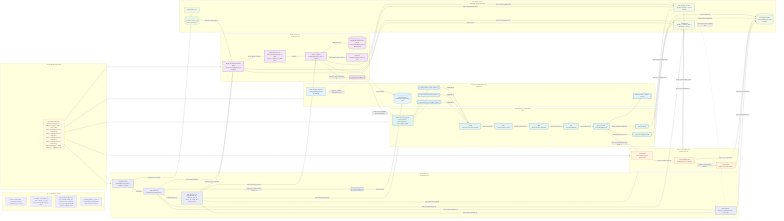
Before: docs/design/platform/dev_full/graph/readiness/dev_full_platform_network_production_ready_current_v0.mermaid.png, a diagram exported from Mermaid (EsosaOrumwese/fraud-detection-system). Its source is kept beside it as docs/design/platform/dev_full/graph/readiness/dev_full_platform_network_production_ready_current_v0.mermaid.mmd.
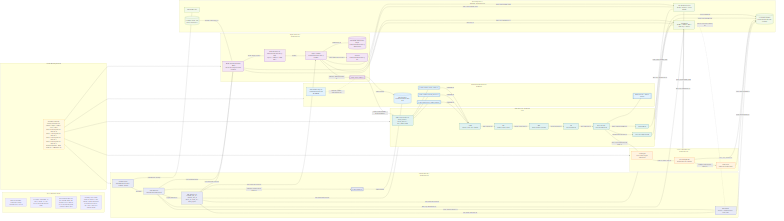
Later version of the same file.

Change to the diagram source:
```diff
@@ -9,7 +9,7 @@
     L1["Only the currently promoted working-platform core is shown"]
     L2["If a plane, component, or path is absent, it is not part of the ready-network claim"]
     L3["The promoted network now includes RTDL and coupled Case + Label on top of the already-green Control + Ingress base"]
-    L4["Learning and Ops / Gov / Meta remain absent until their own phases close"]
+    L4["Learning is now plane-ready on 2026-03-12 but remains absent until Phase 6 coupled proof closes; Ops / Gov / Meta also remain absent"]
   end
 
   subgraph READYNOTE["Current Working Platform"]
```
